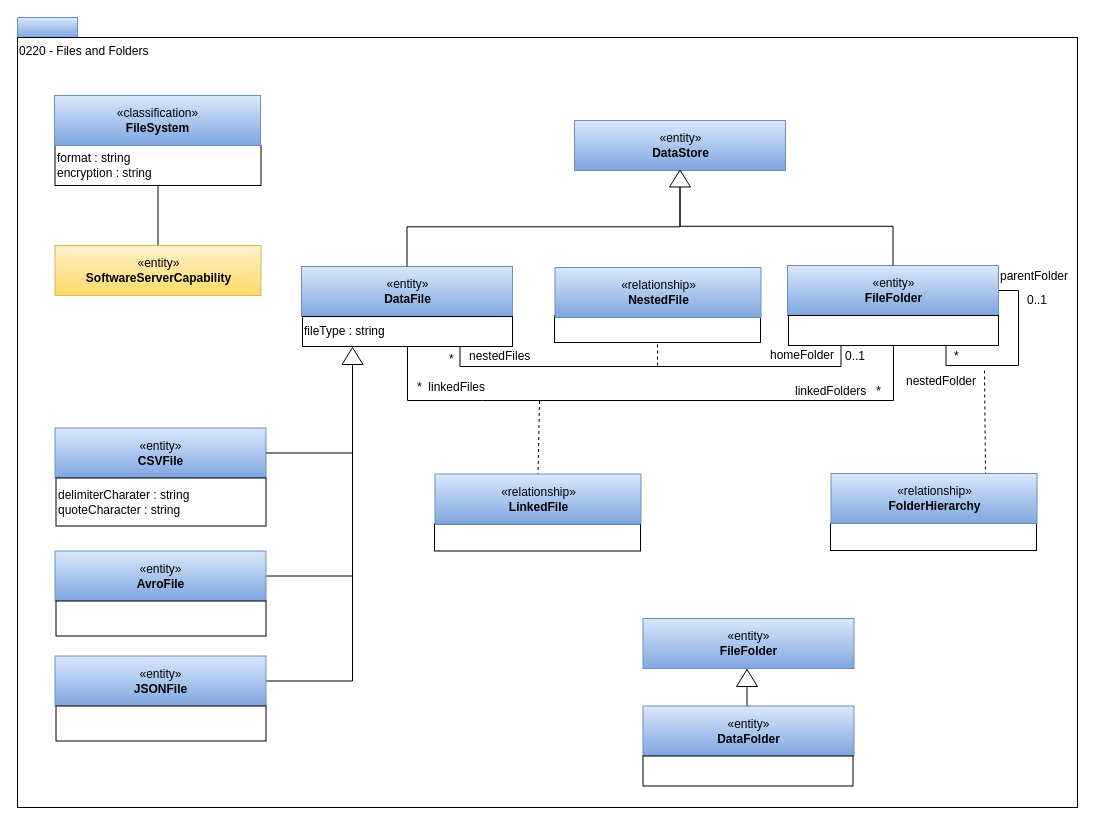
planetf1/egeria keeps this draw.io diagram as page "0220-Files-and-Folders" (8 of 12) of open-metadata-publication/website/open-metadata-types/area-2-assets.drawio. Above is the earlier version. Source tidied: cells renumbered, new cells numbered last; positions are measured from the earlier drawing's top-left corner, leaving out a move shared by most shapes. Both pictures are drawn from the tidied source at 100%, with x=0, y=0 at pixel (17, 17).
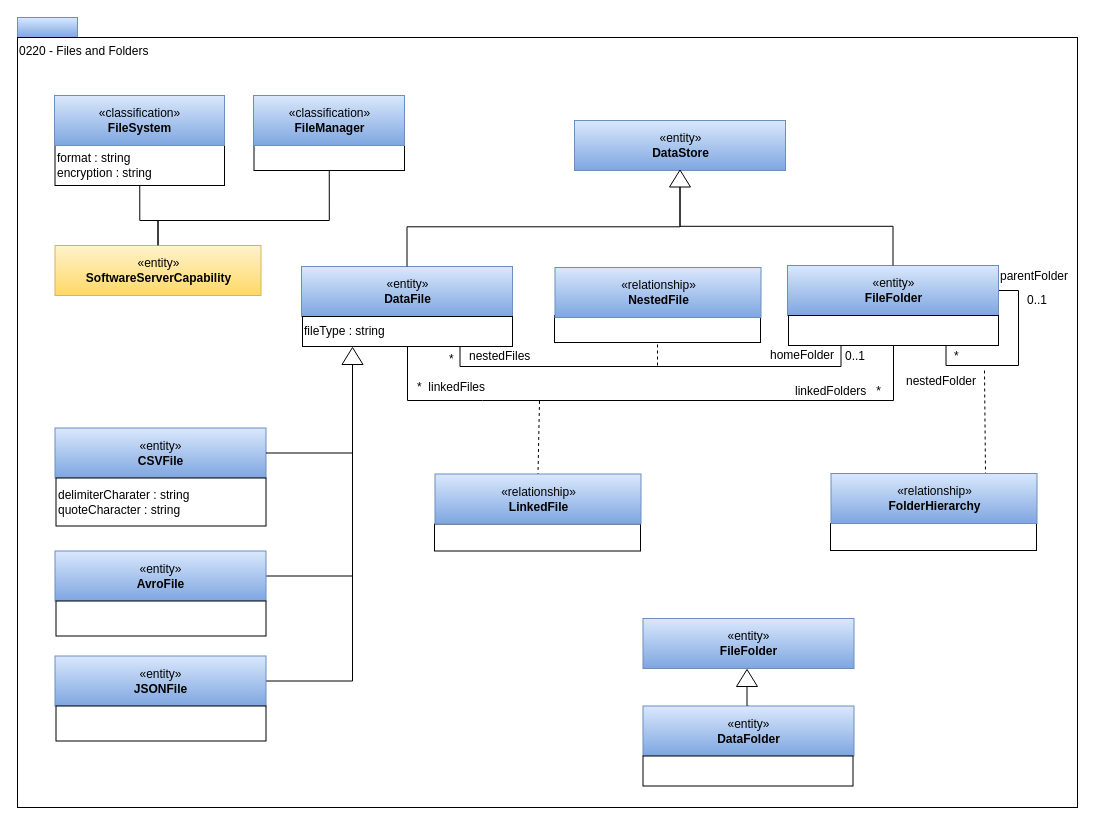
After the change.

The change refers to these unchanged cells:
```xml
<mxCell id="7" value="«entity»&lt;br&gt;&lt;b&gt;SoftwareServerCapability&lt;/b&gt;&lt;br&gt;" style="html=1;strokeColor=#d6b656;align=center;fillColor=#fff2cc;gradientColor=#ffd966;" parent="1" vertex="1">
  <mxGeometry x="37.5" y="228" width="206" height="50" as="geometry" />
</mxCell>
```

Change to the diagram source:
```diff
@@
     <mxCell id="4" style="edgeStyle=orthogonalEdgeStyle;rounded=0;jettySize=auto;html=1;exitX=0.5;exitY=1;exitDx=0;exitDy=0;entryX=0.5;entryY=0;entryDx=0;entryDy=0;endArrow=none;endFill=0;" parent="1" edge="1" source="5" target="7">
-      <mxGeometry relative="1" as="geometry" />
+      <mxGeometry relative="1" as="geometry">
+        <Array as="points">
+          <mxPoint x="122" y="203" />
+          <mxPoint x="141" y="203" />
+        </Array>
+      </mxGeometry>
     </mxCell>
     <mxCell id="5" value="format : string&lt;br&gt;encryption : string&lt;br&gt;" style="rounded=0;whiteSpace=wrap;html=1;strokeColor=#000000;gradientColor=#ffffff;align=left;" parent="1" vertex="1">
-      <mxGeometry x="37.5" y="128" width="206" height="40" as="geometry" />
+      <mxGeometry x="37.5" y="128" width="169.5" height="40" as="geometry" />
     </mxCell>
     <mxCell id="6" value="«classification»&lt;br&gt;&lt;b&gt;FileSystem&lt;/b&gt;" style="html=1;strokeColor=#6c8ebf;align=center;fillColor=#dae8fc;gradientColor=#7ea6e0;" parent="1" vertex="1">
-      <mxGeometry x="37" y="78" width="206" height="50" as="geometry" />
+      <mxGeometry x="37" y="78" width="170" height="50" as="geometry" />
     </mxCell>
@@
+    <mxCell id="53" style="edgeStyle=orthogonalEdgeStyle;rounded=0;jettySize=auto;html=1;exitX=0.5;exitY=1;exitDx=0;exitDy=0;entryX=0.5;entryY=0;entryDx=0;entryDy=0;endArrow=none;endFill=0;" parent="1" edge="1" source="54" target="7">
+      <mxGeometry relative="1" as="geometry">
+        <Array as="points">
+          <mxPoint x="312" y="203" />
+          <mxPoint x="141" y="203" />
+        </Array>
+      </mxGeometry>
+    </mxCell>
+    <mxCell id="54" style="rounded=0;whiteSpace=wrap;html=1;strokeColor=#000000;gradientColor=#ffffff;align=left;" parent="1" vertex="1">
+      <mxGeometry x="236.5" y="128" width="150.5" height="25" as="geometry" />
+    </mxCell>
+    <mxCell id="55" value="«classification»&lt;br&gt;&lt;b&gt;FileManager&lt;/b&gt;" style="html=1;strokeColor=#6c8ebf;align=center;fillColor=#dae8fc;gradientColor=#7ea6e0;" parent="1" vertex="1">
+      <mxGeometry x="236" y="78" width="151" height="50" as="geometry" />
+    </mxCell>
```
